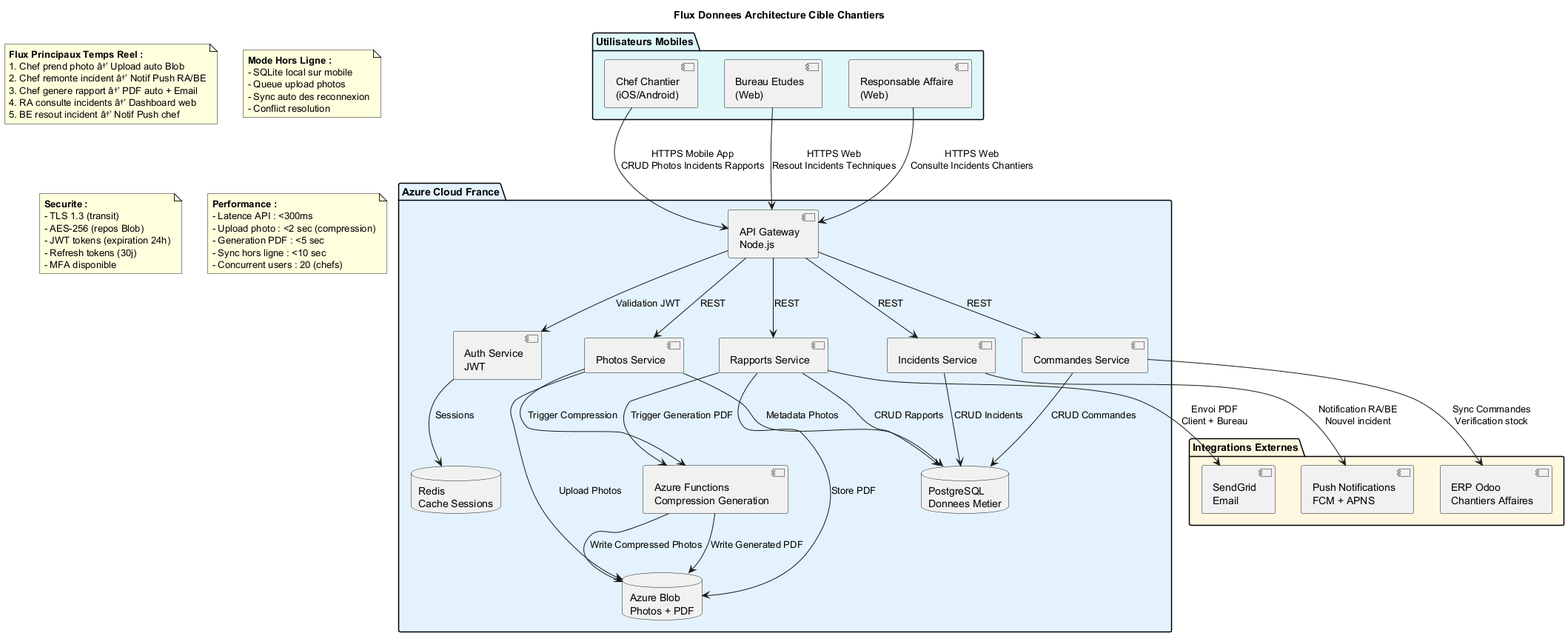
JordanSerafini/Audit_Duret keeps this PlantUML diagram as Services/Chantiers/uml/png/Network_Flux_Donnees.png. Above is the earlier version.
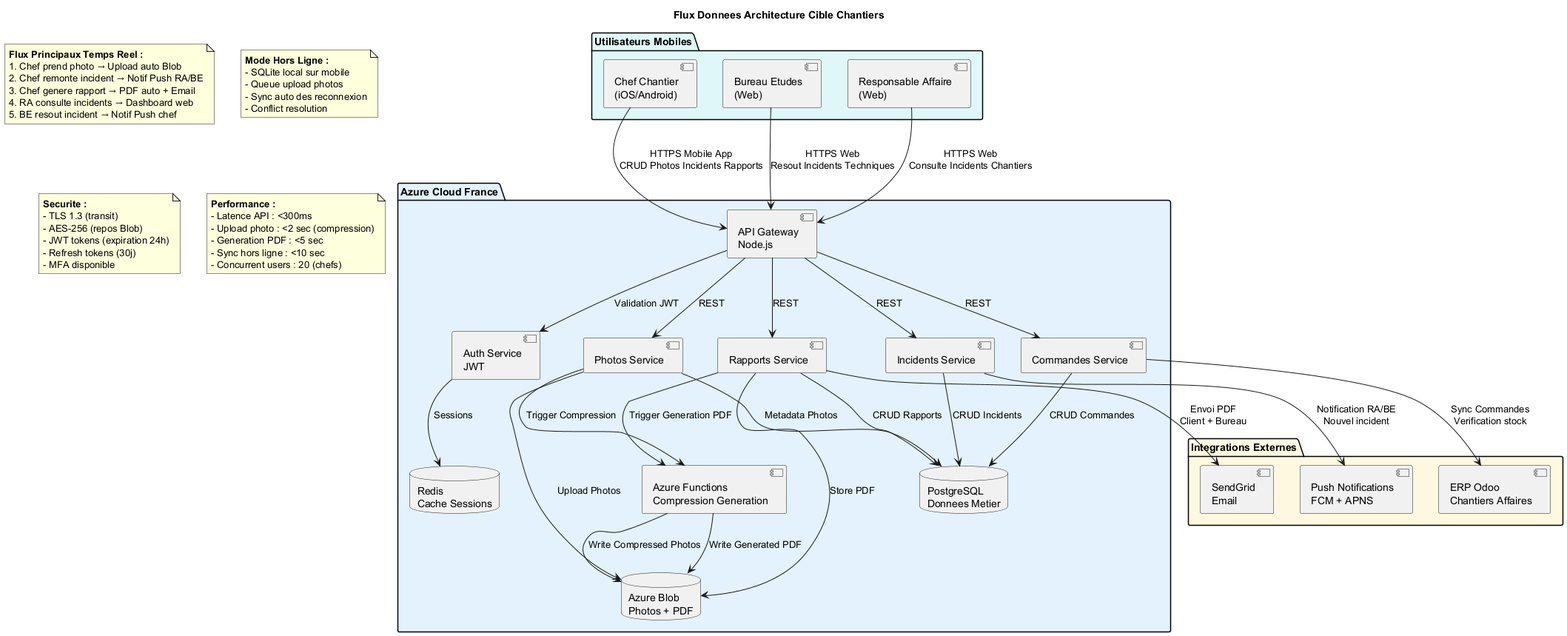
The same diagram one commit later.

What changed in the source:
```diff
@@ -58,11 +58,11 @@
 
 note as N1
   **Flux Principaux Temps Reel :**
-  1. Chef prend photo â†’ Upload auto Blob
-  2. Chef remonte incident â†’ Notif Push RA/BE
-  3. Chef genere rapport â†’ PDF auto + Email
-  4. RA consulte incidents â†’ Dashboard web
-  5. BE resout incident â†’ Notif Push chef
+  1. Chef prend photo → Upload auto Blob
+  2. Chef remonte incident → Notif Push RA/BE
+  3. Chef genere rapport → PDF auto + Email
+  4. RA consulte incidents → Dashboard web
+  5. BE resout incident → Notif Push chef
 end note
 
 note as N2
```
